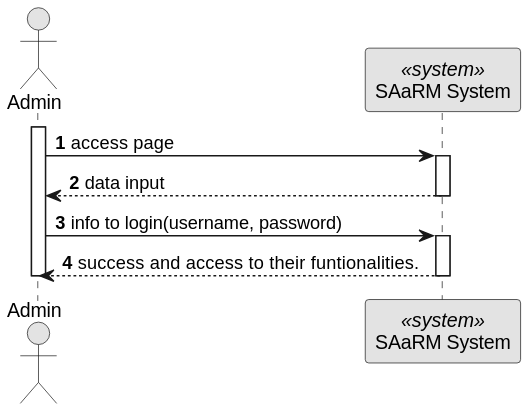
Above: docs/BackofficeModule/7.2.14/sequence-diagram-1.svg in Ana-Miguel-Silva/SurgicalAppointmentAndResourceManagement (PlantUML), before the change. Its diagram source:
```plantuml
@startuml
skinparam monochrome true
skinparam packageStyle rectangle
skinparam shadowing false

autonumber

actor "Admin" as AD
participant "SAaRM System" as SYS <<system>>

activate AD
AD -> SYS: access page
activate SYS
SYS --> AD : data input
deactivate SYS
AD -> SYS : info to login(username, password)
activate SYS
SYS --> AD : success and access to their funtionalities.

deactivate SYS

deactivate AD
@enduml
```
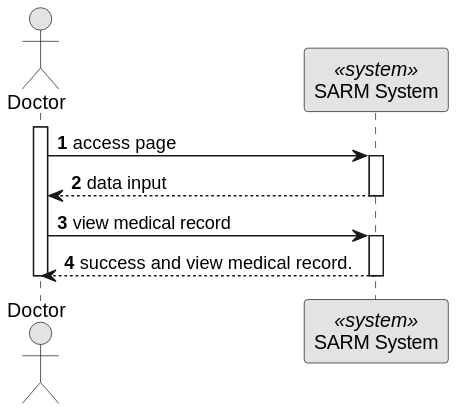
Above is the later version.

What changed in the source:
```diff
@@ -5,17 +5,17 @@
 
 autonumber
 
-actor "Admin" as AD
-participant "SAaRM System" as SYS <<system>>
+actor "Doctor" as AD
+participant "SARM System" as SYS <<system>>
 
 activate AD
 AD -> SYS: access page
 activate SYS
 SYS --> AD : data input
 deactivate SYS
-AD -> SYS : info to login(username, password)
+AD -> SYS : view medical record
 activate SYS
-SYS --> AD : success and access to their funtionalities.
+SYS --> AD : success and view medical record.
 
 deactivate SYS
 
```
